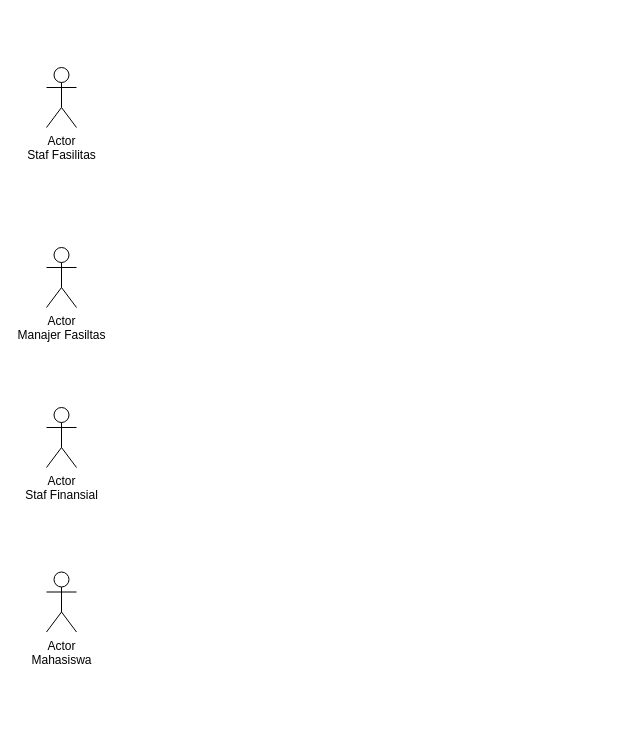
Above: Ga2.drawio in thirza258/draw.io (draw.io), before the change. Source tidied: cells renumbered, new cells numbered last; positions are measured from the earlier drawing's top-left corner, leaving out a move shared by most shapes. Both pictures are drawn from the tidied source at 100%, with x=0, y=0 at pixel (46, 67).
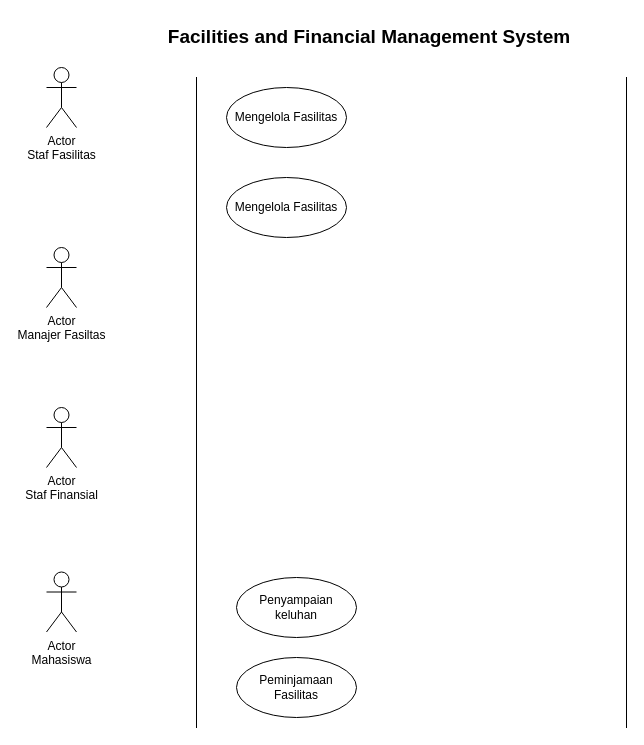
Above is the later version.

What changed in the source:
```diff
@@
 <mxGraphModel>
   <root>
     <mxCell id="0" />
     <mxCell id="1" parent="0" />
     <mxCell id="2" value="Actor&lt;div&gt;Staf Fasilitas&lt;/div&gt;" style="shape=umlActor;verticalLabelPosition=bottom;verticalAlign=top;html=1;" parent="1" vertex="1">
       <mxGeometry width="30" height="60" as="geometry" />
     </mxCell>
     <mxCell id="3" value="Actor&lt;div&gt;Manajer Fasiltas&lt;/div&gt;" style="shape=umlActor;verticalLabelPosition=bottom;verticalAlign=top;html=1;" parent="1" vertex="1">
       <mxGeometry y="180" width="30" height="60" as="geometry" />
     </mxCell>
     <mxCell id="4" value="Actor&lt;div&gt;Staf Finansial&lt;/div&gt;" style="shape=umlActor;verticalLabelPosition=bottom;verticalAlign=top;html=1;" parent="1" vertex="1">
       <mxGeometry y="340" width="30" height="60" as="geometry" />
     </mxCell>
     <mxCell id="5" value="Actor&lt;div&gt;Mahasiswa&lt;/div&gt;" style="shape=umlActor;verticalLabelPosition=bottom;verticalAlign=top;html=1;" parent="1" vertex="1">
       <mxGeometry y="504.5" width="30" height="60" as="geometry" />
     </mxCell>
+    <mxCell id="6" style="shape=partialRectangle;whiteSpace=wrap;html=1;top=0;bottom=0;fillColor=none;" parent="1" vertex="1">
+      <mxGeometry x="150" y="10" width="430" height="650" as="geometry" />
+    </mxCell>
+    <mxCell id="7" value="Facilities and Financial Management System" style="text;whiteSpace=wrap;html=1;fontSize=19;fontStyle=1;align=center;verticalAlign=middle;" parent="1" vertex="1">
+      <mxGeometry x="108" y="-50" width="430" height="40" as="geometry" />
+    </mxCell>
+    <mxCell id="8" value="Peminjamaan Fasilitas" style="ellipse;whiteSpace=wrap;html=1;" parent="1" vertex="1">
+      <mxGeometry x="190" y="590" width="120" height="60" as="geometry" />
+    </mxCell>
+    <mxCell id="9" value="Penyampaian keluhan" style="ellipse;whiteSpace=wrap;html=1;" parent="1" vertex="1">
+      <mxGeometry x="190" y="510" width="120" height="60" as="geometry" />
+    </mxCell>
+    <mxCell id="10" value="Mengelola Fasilitas" style="ellipse;whiteSpace=wrap;html=1;" parent="1" vertex="1">
+      <mxGeometry x="180" y="20" width="120" height="60" as="geometry" />
+    </mxCell>
+    <mxCell id="11" value="Mengelola Fasilitas" style="ellipse;whiteSpace=wrap;html=1;" parent="1" vertex="1">
+      <mxGeometry x="180" y="110" width="120" height="60" as="geometry" />
+    </mxCell>
   </root>
 </mxGraphModel>
```
